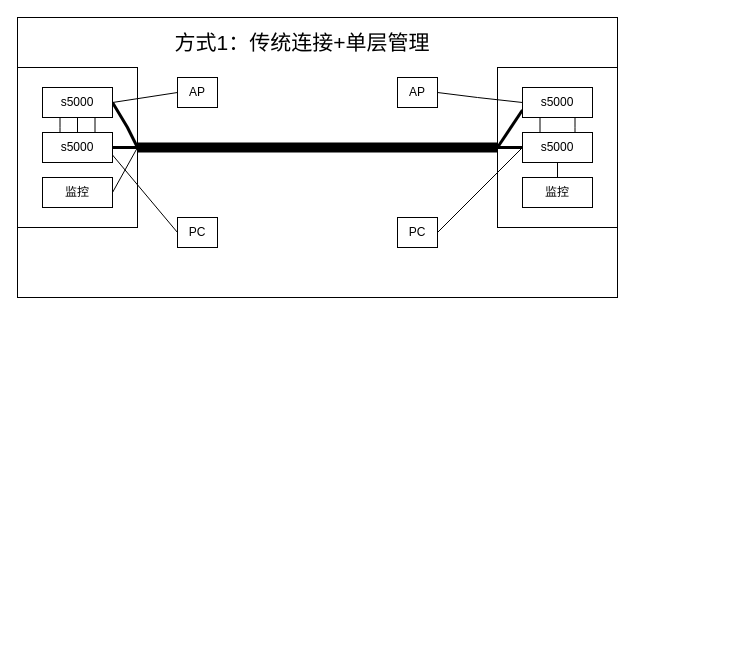
The draw.io diagram 楼层布线.drawio in YiHuaXie/diagrams, before the edit. Source tidied: cells renumbered, new cells numbered last; positions are measured from the earlier drawing's top-left corner, leaving out a move shared by most shapes. Both pictures are drawn from the tidied source at 100%, with x=0, y=0 at pixel (17, 17). Pictures stored in the file or linked from it are replaced by grey dashed boxes.
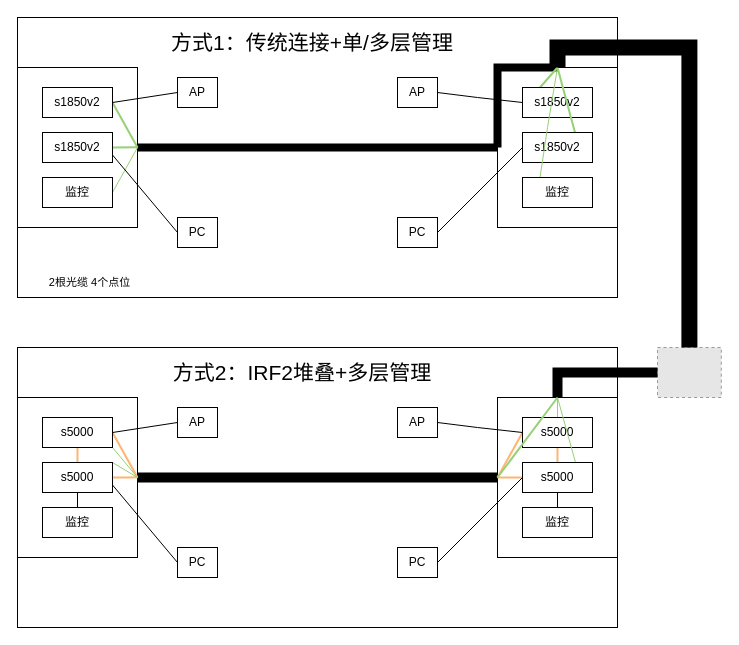
Above is the later version.

Commit message (it also covers changes not shown here):
更新楼层布线.drawio

The change refers to these unchanged cells:
```xml
<mxCell id="2" style="group;" parent="1" vertex="1">
  <mxGeometry width="600" height="280" as="geometry" />
</mxCell>
<mxCell id="4" style="rounded=0;whiteSpace=wrap;html=1;" parent="2" vertex="1">
  <mxGeometry x="480" y="50" width="120" height="160" as="geometry" />
</mxCell>
<mxCell id="6" style="rounded=0;whiteSpace=wrap;html=1;" parent="2" vertex="1">
  <mxGeometry y="50" width="120" height="160" as="geometry" />
</mxCell>
<mxCell id="22" value="监控" style="rounded=0;whiteSpace=wrap;html=1;" parent="2" vertex="1">
  <mxGeometry x="25" y="160" width="70" height="30" as="geometry" />
</mxCell>
<mxCell id="23" value="监控" style="rounded=0;whiteSpace=wrap;html=1;" parent="2" vertex="1">
  <mxGeometry x="505" y="160" width="70" height="30" as="geometry" />
</mxCell>
```

The edit, as a diff of the source:
```diff
@@
-    <mxCell id="5" style="edgeStyle=orthogonalEdgeStyle;rounded=0;jettySize=auto;html=1;exitX=1;exitY=0.5;exitDx=0;exitDy=0;entryX=0;entryY=0.5;entryDx=0;entryDy=0;endArrow=none;endFill=0;strokeWidth=10;" parent="2" edge="1" source="6" target="4">
+    <mxCell id="5" style="edgeStyle=orthogonalEdgeStyle;rounded=0;jettySize=auto;html=1;exitX=1;exitY=0.5;exitDx=0;exitDy=0;entryX=0;entryY=0.5;entryDx=0;entryDy=0;endArrow=none;endFill=0;strokeWidth=8;" parent="2" edge="1" source="6" target="4">
       <mxGeometry relative="1" as="geometry" />
     </mxCell>
@@
-    <mxCell id="7" style="rounded=0;jettySize=auto;html=1;exitX=1;exitY=0.5;exitDx=0;exitDy=0;entryX=1;entryY=0.5;entryDx=0;entryDy=0;endArrow=none;endFill=0;strokeWidth=3;" parent="2" edge="1" source="11" target="6">
-      <mxGeometry relative="1" as="geometry">
-        <Array as="points">
-          <mxPoint x="110" y="110" />
-        </Array>
-      </mxGeometry>
+    <mxCell id="7" style="rounded=0;jettySize=auto;html=1;exitX=1;exitY=0.5;exitDx=0;exitDy=0;entryX=1;entryY=0.5;entryDx=0;entryDy=0;endArrow=none;endFill=0;strokeWidth=2;strokeColor=#97D077;align=center;verticalAlign=middle;fontFamily=Helvetica;fontSize=11;fontColor=default;labelBackgroundColor=default;" parent="2" edge="1" source="11" target="6">
+      <mxGeometry relative="1" as="geometry" />
     </mxCell>
-    <mxCell id="8" style="edgeStyle=orthogonalEdgeStyle;rounded=0;jettySize=auto;html=1;exitX=0.25;exitY=1;exitDx=0;exitDy=0;entryX=0.25;entryY=0;entryDx=0;entryDy=0;endArrow=none;endFill=0;" parent="2" edge="1" source="11" target="20">
-      <mxGeometry relative="1" as="geometry">
-        <Array as="points">
-          <mxPoint x="43" y="110" />
-          <mxPoint x="43" y="110" />
-        </Array>
-      </mxGeometry>
-    </mxCell>
-    <mxCell id="9" style="edgeStyle=orthogonalEdgeStyle;rounded=0;jettySize=auto;html=1;exitX=0.75;exitY=1;exitDx=0;exitDy=0;entryX=0.75;entryY=0;entryDx=0;entryDy=0;endArrow=none;endFill=0;" parent="2" edge="1" source="11" target="20">
-      <mxGeometry relative="1" as="geometry" />
-    </mxCell>
-    <mxCell id="10" style="rounded=0;jettySize=auto;html=1;exitX=0.5;exitY=1;exitDx=0;exitDy=0;entryX=0.5;entryY=0;entryDx=0;entryDy=0;endArrow=none;endFill=0;" parent="2" edge="1" source="11" target="20">
-      <mxGeometry relative="1" as="geometry" />
-    </mxCell>
-    <mxCell id="11" value="s5000" style="rounded=0;whiteSpace=wrap;html=1;" parent="2" vertex="1">
+    <mxCell id="11" value="s1850v2" style="rounded=0;whiteSpace=wrap;html=1;" parent="2" vertex="1">
       <mxGeometry x="25" y="70" width="70" height="30" as="geometry" />
     </mxCell>
-    <mxCell id="12" style="edgeStyle=orthogonalEdgeStyle;rounded=0;jettySize=auto;html=1;exitX=0.25;exitY=1;exitDx=0;exitDy=0;entryX=0.25;entryY=0;entryDx=0;entryDy=0;endArrow=none;endFill=0;" parent="2" edge="1" source="15" target="18">
-      <mxGeometry relative="1" as="geometry" />
-    </mxCell>
-    <mxCell id="13" style="edgeStyle=orthogonalEdgeStyle;rounded=0;jettySize=auto;html=1;exitX=0.75;exitY=1;exitDx=0;exitDy=0;entryX=0.75;entryY=0;entryDx=0;entryDy=0;endArrow=none;endFill=0;" parent="2" edge="1" source="15" target="18">
-      <mxGeometry relative="1" as="geometry">
-        <Array as="points">
-          <mxPoint x="558" y="110" />
-          <mxPoint x="558" y="110" />
-        </Array>
-      </mxGeometry>
-    </mxCell>
-    <mxCell id="14" style="rounded=0;jettySize=auto;html=1;exitX=0;exitY=0.75;exitDx=0;exitDy=0;entryX=0;entryY=0.5;entryDx=0;entryDy=0;endArrow=none;endFill=0;strokeWidth=3;" parent="2" edge="1" source="15" target="4">
-      <mxGeometry relative="1" as="geometry" />
+    <mxCell id="14" style="rounded=0;jettySize=auto;html=1;entryX=0;entryY=0.5;entryDx=0;entryDy=0;endArrow=none;endFill=0;strokeWidth=8;strokeColor=#000000;align=center;verticalAlign=middle;fontFamily=Helvetica;fontSize=11;fontColor=default;labelBackgroundColor=default;" parent="2" edge="1" target="4">
+      <mxGeometry relative="1" as="geometry">
+        <mxPoint x="540" y="50" as="sourcePoint" />
+        <Array as="points">
+          <mxPoint x="480" y="50" />
+        </Array>
+      </mxGeometry>
     </mxCell>
+    <mxCell id="33" style="edgeStyle=none;shape=connector;rounded=0;jettySize=auto;html=1;exitX=0.25;exitY=0;exitDx=0;exitDy=0;strokeColor=#97D077;align=center;verticalAlign=middle;fontFamily=Helvetica;fontSize=11;fontColor=default;labelBackgroundColor=default;endArrow=none;endFill=0;strokeWidth=2;" parent="2" edge="1" source="15">
+      <mxGeometry relative="1" as="geometry">
+        <mxPoint x="540" y="50" as="targetPoint" />
+      </mxGeometry>
+    </mxCell>
-    <mxCell id="15" value="s5000" style="rounded=0;whiteSpace=wrap;html=1;" parent="2" vertex="1">
+    <mxCell id="15" value="s1850v2" style="rounded=0;whiteSpace=wrap;html=1;" parent="2" vertex="1">
       <mxGeometry x="505" y="70" width="70" height="30" as="geometry" />
     </mxCell>
-    <mxCell id="16" style="edgeStyle=orthogonalEdgeStyle;rounded=0;jettySize=auto;html=1;exitX=0.5;exitY=1;exitDx=0;exitDy=0;entryX=0.5;entryY=0;entryDx=0;entryDy=0;endArrow=none;endFill=0;" parent="2" edge="1" source="18" target="23">
-      <mxGeometry relative="1" as="geometry" />
-    </mxCell>
-    <mxCell id="17" style="rounded=0;jettySize=auto;html=1;exitX=0;exitY=0.5;exitDx=0;exitDy=0;entryX=0;entryY=0.5;entryDx=0;entryDy=0;strokeWidth=3;endArrow=none;endFill=0;" parent="2" edge="1" source="18" target="4">
+    <mxCell id="17" style="edgeStyle=none;shape=connector;rounded=0;jettySize=auto;html=1;exitX=0.75;exitY=0;exitDx=0;exitDy=0;entryX=0.5;entryY=0;entryDx=0;entryDy=0;strokeColor=#97D077;align=center;verticalAlign=middle;fontFamily=Helvetica;fontSize=11;fontColor=default;labelBackgroundColor=default;endArrow=none;endFill=0;strokeWidth=2;" parent="2" edge="1" source="18" target="4">
       <mxGeometry relative="1" as="geometry" />
     </mxCell>
-    <mxCell id="18" value="s5000" style="rounded=0;whiteSpace=wrap;html=1;" parent="2" vertex="1">
+    <mxCell id="18" value="s1850v2" style="rounded=0;whiteSpace=wrap;html=1;" parent="2" vertex="1">
       <mxGeometry x="505" y="115" width="70" height="30" as="geometry" />
     </mxCell>
-    <mxCell id="19" style="edgeStyle=orthogonalEdgeStyle;rounded=0;jettySize=auto;html=1;exitX=1;exitY=0.5;exitDx=0;exitDy=0;entryX=1;entryY=0.5;entryDx=0;entryDy=0;endArrow=none;endFill=0;strokeWidth=3;" parent="2" edge="1" source="20" target="6">
-      <mxGeometry relative="1" as="geometry">
-        <Array as="points">
-          <mxPoint x="100" y="130" />
-          <mxPoint x="100" y="130" />
-        </Array>
-      </mxGeometry>
-    </mxCell>
+    <mxCell id="34" style="edgeStyle=none;shape=connector;rounded=0;jettySize=auto;html=1;exitX=1;exitY=0.5;exitDx=0;exitDy=0;strokeColor=#97D077;align=center;verticalAlign=middle;fontFamily=Helvetica;fontSize=11;fontColor=default;labelBackgroundColor=default;endArrow=none;endFill=0;strokeWidth=2;" parent="2" edge="1" source="20">
+      <mxGeometry relative="1" as="geometry">
+        <mxPoint x="120" y="129.7" as="targetPoint" />
+      </mxGeometry>
+    </mxCell>
-    <mxCell id="20" value="s5000" style="rounded=0;whiteSpace=wrap;html=1;" parent="2" vertex="1">
+    <mxCell id="20" value="s1850v2" style="rounded=0;whiteSpace=wrap;html=1;" parent="2" vertex="1">
       <mxGeometry x="25" y="115" width="70" height="30" as="geometry" />
     </mxCell>
-    <mxCell id="21" style="rounded=0;jettySize=auto;html=1;exitX=1;exitY=0.5;exitDx=0;exitDy=0;endArrow=none;endFill=0;" parent="2" edge="1" source="22">
+    <mxCell id="21" style="rounded=0;jettySize=auto;html=1;exitX=1;exitY=0.5;exitDx=0;exitDy=0;endArrow=none;endFill=0;strokeColor=#97D077;strokeWidth=1;align=center;verticalAlign=middle;fontFamily=Helvetica;fontSize=11;fontColor=default;labelBackgroundColor=default;" parent="2" edge="1" source="22">
       <mxGeometry relative="1" as="geometry">
         <mxPoint x="120" y="130" as="targetPoint" />
       </mxGeometry>
     </mxCell>
@@
+    <mxCell id="35" style="edgeStyle=none;shape=connector;rounded=0;jettySize=auto;html=1;exitX=0.25;exitY=0;exitDx=0;exitDy=0;strokeColor=#97D077;align=center;verticalAlign=middle;fontFamily=Helvetica;fontSize=11;fontColor=default;labelBackgroundColor=default;endArrow=none;endFill=0;strokeWidth=1;" parent="2" edge="1" source="23">
+      <mxGeometry relative="1" as="geometry">
+        <mxPoint x="540" y="50" as="targetPoint" />
+        <Array as="points">
+          <mxPoint x="530" y="110" />
+        </Array>
+      </mxGeometry>
+    </mxCell>
@@
-    <mxCell id="32" value="方式1：传统连接+单层管理" style="text;html=1;whiteSpace=wrap;strokeColor=none;fillColor=none;align=center;verticalAlign=middle;rounded=0;fontSize=21;" parent="2" vertex="1">
-      <mxGeometry x="150" width="270" height="50" as="geometry" />
+    <mxCell id="32" value="方式1：传统连接+单/多层管理" style="text;html=1;whiteSpace=wrap;strokeColor=none;fillColor=none;align=center;verticalAlign=middle;rounded=0;fontSize=21;" parent="2" vertex="1">
+      <mxGeometry x="150" width="290" height="50" as="geometry" />
     </mxCell>
+    <mxCell id="36" value="2根光缆 4个点位" style="text;html=1;whiteSpace=wrap;strokeColor=none;fillColor=none;align=center;verticalAlign=middle;rounded=0;fontFamily=Helvetica;fontSize=11;fontColor=default;labelBackgroundColor=default;" parent="2" vertex="1">
+      <mxGeometry x="10" y="250" width="125" height="30" as="geometry" />
+    </mxCell>
+    <mxCell id="37" style="fillColor=#E6E6E6;strokeColor=#999999;dashed=1;verticalLabelPosition=bottom;verticalAlign=top;" parent="1" vertex="1">
+      <mxGeometry x="640" y="330" width="63.8" height="50" as="geometry" />
+    </mxCell>
+    <mxCell id="38" style="edgeStyle=orthogonalEdgeStyle;rounded=0;jettySize=auto;html=1;exitX=0.5;exitY=0;exitDx=0;exitDy=0;strokeWidth=16;endArrow=none;endFill=0;" parent="1" edge="1" source="4" target="37">
+      <mxGeometry relative="1" as="geometry" />
+    </mxCell>
+    <mxCell id="39" style="group;" parent="1" vertex="1">
+      <mxGeometry y="330" width="600" height="280" as="geometry" />
+    </mxCell>
+    <mxCell id="40" style="rounded=0;whiteSpace=wrap;html=1;" parent="39" vertex="1">
+      <mxGeometry width="600" height="280" as="geometry" />
+    </mxCell>
+    <mxCell id="41" style="rounded=0;whiteSpace=wrap;html=1;" parent="39" vertex="1">
+      <mxGeometry x="480" y="50" width="120" height="160" as="geometry" />
+    </mxCell>
+    <mxCell id="42" style="edgeStyle=orthogonalEdgeStyle;rounded=0;jettySize=auto;html=1;exitX=1;exitY=0.5;exitDx=0;exitDy=0;entryX=0;entryY=0.5;entryDx=0;entryDy=0;endArrow=none;endFill=0;strokeWidth=10;" parent="39" edge="1" source="43" target="41">
+      <mxGeometry relative="1" as="geometry" />
+    </mxCell>
+    <mxCell id="43" style="rounded=0;whiteSpace=wrap;html=1;" parent="39" vertex="1">
+      <mxGeometry y="50" width="120" height="160" as="geometry" />
+    </mxCell>
+    <mxCell id="44" style="rounded=0;jettySize=auto;html=1;exitX=1;exitY=0.5;exitDx=0;exitDy=0;entryX=1;entryY=0.5;entryDx=0;entryDy=0;endArrow=none;endFill=0;strokeWidth=2;strokeColor=#FFB570;align=center;verticalAlign=middle;fontFamily=Helvetica;fontSize=11;fontColor=default;labelBackgroundColor=default;" parent="39" edge="1" source="47" target="43">
+      <mxGeometry relative="1" as="geometry" />
+    </mxCell>
+    <mxCell id="45" style="edgeStyle=none;shape=connector;rounded=0;jettySize=auto;html=1;exitX=1;exitY=1;exitDx=0;exitDy=0;strokeColor=#97D077;align=center;verticalAlign=middle;fontFamily=Helvetica;fontSize=11;fontColor=default;labelBackgroundColor=default;endArrow=none;endFill=0;" parent="39" edge="1" source="47">
+      <mxGeometry relative="1" as="geometry">
+        <mxPoint x="120" y="130" as="targetPoint" />
+      </mxGeometry>
+    </mxCell>
+    <mxCell id="46" style="edgeStyle=none;shape=connector;rounded=0;jettySize=auto;html=1;exitX=0.5;exitY=1;exitDx=0;exitDy=0;entryX=0.5;entryY=0;entryDx=0;entryDy=0;strokeColor=#FFB570;align=center;verticalAlign=middle;fontFamily=Helvetica;fontSize=11;fontColor=default;labelBackgroundColor=default;endArrow=none;endFill=0;strokeWidth=2;" parent="39" edge="1" source="47" target="58">
+      <mxGeometry relative="1" as="geometry" />
+    </mxCell>
+    <mxCell id="47" value="s5000" style="rounded=0;whiteSpace=wrap;html=1;" parent="39" vertex="1">
+      <mxGeometry x="25" y="70" width="70" height="30" as="geometry" />
+    </mxCell>
+    <mxCell id="48" style="edgeStyle=none;shape=connector;rounded=0;jettySize=auto;html=1;exitX=0;exitY=0.5;exitDx=0;exitDy=0;strokeColor=#FFB570;align=center;verticalAlign=middle;fontFamily=Helvetica;fontSize=11;fontColor=default;labelBackgroundColor=default;endArrow=none;endFill=0;strokeWidth=2;" parent="39" edge="1" source="51">
+      <mxGeometry relative="1" as="geometry">
+        <mxPoint x="480" y="130" as="targetPoint" />
+      </mxGeometry>
+    </mxCell>
+    <mxCell id="49" style="edgeStyle=none;shape=connector;rounded=0;jettySize=auto;html=1;exitX=0.5;exitY=1;exitDx=0;exitDy=0;entryX=0.5;entryY=0;entryDx=0;entryDy=0;strokeColor=#FFB570;align=center;verticalAlign=middle;fontFamily=Helvetica;fontSize=11;fontColor=default;labelBackgroundColor=default;endArrow=none;endFill=0;strokeWidth=2;" parent="39" edge="1" source="51" target="54">
+      <mxGeometry relative="1" as="geometry" />
+    </mxCell>
+    <mxCell id="50" style="edgeStyle=none;shape=connector;rounded=0;jettySize=auto;html=1;exitX=0.5;exitY=0;exitDx=0;exitDy=0;entryX=0.5;entryY=0;entryDx=0;entryDy=0;strokeColor=#97D077;align=center;verticalAlign=middle;fontFamily=Helvetica;fontSize=11;fontColor=default;labelBackgroundColor=default;endArrow=none;endFill=0;strokeWidth=1;" parent="39" edge="1" source="51" target="41">
+      <mxGeometry relative="1" as="geometry" />
+    </mxCell>
+    <mxCell id="51" value="s5000" style="rounded=0;whiteSpace=wrap;html=1;" parent="39" vertex="1">
+      <mxGeometry x="505" y="70" width="70" height="30" as="geometry" />
+    </mxCell>
+    <mxCell id="52" style="edgeStyle=none;shape=connector;rounded=0;jettySize=auto;html=1;exitX=0;exitY=0.5;exitDx=0;exitDy=0;entryX=0;entryY=0.5;entryDx=0;entryDy=0;strokeColor=#FFB570;align=center;verticalAlign=middle;fontFamily=Helvetica;fontSize=11;fontColor=default;labelBackgroundColor=default;endArrow=none;endFill=0;strokeWidth=2;" parent="39" edge="1" source="54" target="41">
+      <mxGeometry relative="1" as="geometry" />
+    </mxCell>
+    <mxCell id="53" style="edgeStyle=none;shape=connector;rounded=0;jettySize=auto;html=1;entryX=0.5;entryY=0;entryDx=0;entryDy=0;strokeColor=#97D077;align=center;verticalAlign=middle;fontFamily=Helvetica;fontSize=11;fontColor=default;labelBackgroundColor=default;endArrow=none;endFill=0;strokeWidth=1;" parent="39" edge="1" target="41">
+      <mxGeometry relative="1" as="geometry">
+        <mxPoint x="558" y="115" as="sourcePoint" />
+      </mxGeometry>
+    </mxCell>
+    <mxCell id="54" value="s5000" style="rounded=0;whiteSpace=wrap;html=1;" parent="39" vertex="1">
+      <mxGeometry x="505" y="115" width="70" height="30" as="geometry" />
+    </mxCell>
+    <mxCell id="55" style="edgeStyle=none;shape=connector;rounded=0;jettySize=auto;html=1;exitX=1;exitY=0.5;exitDx=0;exitDy=0;strokeColor=#FFB570;align=center;verticalAlign=middle;fontFamily=Helvetica;fontSize=11;fontColor=default;labelBackgroundColor=default;endArrow=none;endFill=0;strokeWidth=2;" parent="39" edge="1" source="58">
+      <mxGeometry relative="1" as="geometry">
+        <mxPoint x="120" y="129.7" as="targetPoint" />
+        <Array as="points">
+          <mxPoint x="110" y="130" />
+        </Array>
+      </mxGeometry>
+    </mxCell>
+    <mxCell id="56" style="edgeStyle=none;shape=connector;rounded=0;orthogonalLoop=1;jettySize=auto;html=1;strokeColor=#97D077;align=center;verticalAlign=middle;fontFamily=Helvetica;fontSize=11;fontColor=default;labelBackgroundColor=default;endArrow=none;endFill=0;" parent="39" edge="1">
+      <mxGeometry relative="1" as="geometry">
+        <mxPoint x="95" y="115" as="sourcePoint" />
+        <mxPoint x="120" y="130" as="targetPoint" />
+      </mxGeometry>
+    </mxCell>
+    <mxCell id="57" style="edgeStyle=none;shape=connector;rounded=0;jettySize=auto;html=1;exitX=0.5;exitY=1;exitDx=0;exitDy=0;entryX=0.5;entryY=0;entryDx=0;entryDy=0;strokeColor=default;align=center;verticalAlign=middle;fontFamily=Helvetica;fontSize=11;fontColor=default;labelBackgroundColor=default;endArrow=none;endFill=0;" parent="39" edge="1" source="58" target="59">
+      <mxGeometry relative="1" as="geometry" />
+    </mxCell>
+    <mxCell id="58" value="s5000" style="rounded=0;whiteSpace=wrap;html=1;" parent="39" vertex="1">
+      <mxGeometry x="25" y="115" width="70" height="30" as="geometry" />
+    </mxCell>
+    <mxCell id="59" value="监控" style="rounded=0;whiteSpace=wrap;html=1;" parent="39" vertex="1">
+      <mxGeometry x="25" y="160" width="70" height="30" as="geometry" />
+    </mxCell>
+    <mxCell id="60" style="edgeStyle=none;shape=connector;rounded=0;jettySize=auto;html=1;exitX=0.5;exitY=0;exitDx=0;exitDy=0;entryX=0.5;entryY=1;entryDx=0;entryDy=0;strokeColor=default;align=center;verticalAlign=middle;fontFamily=Helvetica;fontSize=11;fontColor=default;labelBackgroundColor=default;endArrow=none;endFill=0;" parent="39" edge="1" source="61" target="54">
+      <mxGeometry relative="1" as="geometry" />
+    </mxCell>
+    <mxCell id="61" value="监控" style="rounded=0;whiteSpace=wrap;html=1;" parent="39" vertex="1">
+      <mxGeometry x="505" y="160" width="70" height="30" as="geometry" />
+    </mxCell>
+    <mxCell id="62" style="rounded=0;jettySize=auto;html=1;exitX=0;exitY=0.5;exitDx=0;exitDy=0;entryX=1;entryY=0.75;entryDx=0;entryDy=0;endArrow=none;endFill=0;" parent="39" edge="1" source="63" target="58">
+      <mxGeometry relative="1" as="geometry" />
+    </mxCell>
+    <mxCell id="63" value="PC" style="rounded=0;whiteSpace=wrap;html=1;" parent="39" vertex="1">
+      <mxGeometry x="160" y="200" width="40" height="30" as="geometry" />
+    </mxCell>
+    <mxCell id="64" style="rounded=0;jettySize=auto;html=1;exitX=1;exitY=0.5;exitDx=0;exitDy=0;entryX=0;entryY=0.5;entryDx=0;entryDy=0;endArrow=none;endFill=0;" parent="39" edge="1" source="65" target="54">
+      <mxGeometry relative="1" as="geometry" />
+    </mxCell>
+    <mxCell id="65" value="PC" style="rounded=0;whiteSpace=wrap;html=1;" parent="39" vertex="1">
+      <mxGeometry x="380" y="200" width="40" height="30" as="geometry" />
+    </mxCell>
+    <mxCell id="66" style="rounded=0;jettySize=auto;html=1;exitX=0;exitY=0.5;exitDx=0;exitDy=0;entryX=1;entryY=0.5;entryDx=0;entryDy=0;endArrow=none;endFill=0;" parent="39" edge="1" source="67" target="47">
+      <mxGeometry relative="1" as="geometry" />
+    </mxCell>
+    <mxCell id="67" value="AP" style="rounded=0;whiteSpace=wrap;html=1;" parent="39" vertex="1">
+      <mxGeometry x="160" y="60" width="40" height="30" as="geometry" />
+    </mxCell>
+    <mxCell id="68" style="rounded=0;jettySize=auto;html=1;exitX=1;exitY=0.5;exitDx=0;exitDy=0;entryX=0;entryY=0.5;entryDx=0;entryDy=0;endArrow=none;endFill=0;" parent="39" edge="1" source="69" target="51">
+      <mxGeometry relative="1" as="geometry">
+        <Array as="points">
+          <mxPoint x="460" y="80" />
+        </Array>
+      </mxGeometry>
+    </mxCell>
+    <mxCell id="69" value="AP" style="rounded=0;whiteSpace=wrap;html=1;" parent="39" vertex="1">
+      <mxGeometry x="380" y="60" width="40" height="30" as="geometry" />
+    </mxCell>
+    <mxCell id="70" value="方式2：IRF2堆叠+多层管理" style="text;html=1;whiteSpace=wrap;strokeColor=none;fillColor=none;align=center;verticalAlign=middle;rounded=0;fontSize=21;" parent="39" vertex="1">
+      <mxGeometry x="150" width="270" height="50" as="geometry" />
+    </mxCell>
+    <mxCell id="71" style="edgeStyle=orthogonalEdgeStyle;rounded=0;jettySize=auto;html=1;exitX=0.5;exitY=0;exitDx=0;exitDy=0;strokeWidth=10;endArrow=none;endFill=0;" parent="1" edge="1" source="41" target="37">
+      <mxGeometry relative="1" as="geometry" />
+    </mxCell>
+    <mxCell id="72" style="endArrow=none;html=1;rounded=0;strokeColor=#97D077;align=center;verticalAlign=middle;fontFamily=Helvetica;fontSize=11;fontColor=default;labelBackgroundColor=default;strokeWidth=2;" parent="1" edge="1">
+      <mxGeometry relative="1" as="geometry">
+        <mxPoint x="480" y="460" as="sourcePoint" />
+        <mxPoint x="540" y="380" as="targetPoint" />
+      </mxGeometry>
+    </mxCell>
```
